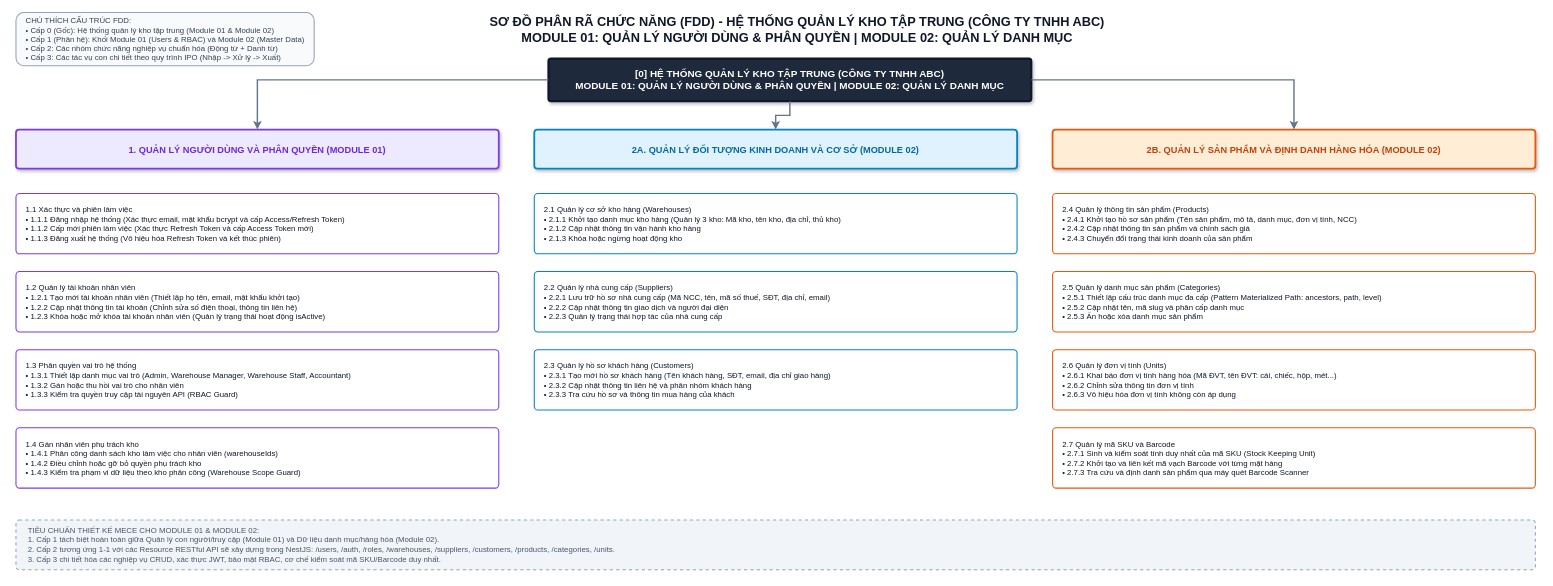
Earlier version of the draw.io diagram drawio/LessonTwo/FDD.drawio (hungnm3112/Project-A). Source tidied: cells renumbered, new cells numbered last; positions are measured from the earlier drawing's top-left corner, leaving out a move shared by most shapes. Both pictures are drawn from the tidied source at 71%, with x=0, y=0 at pixel (16, 12).
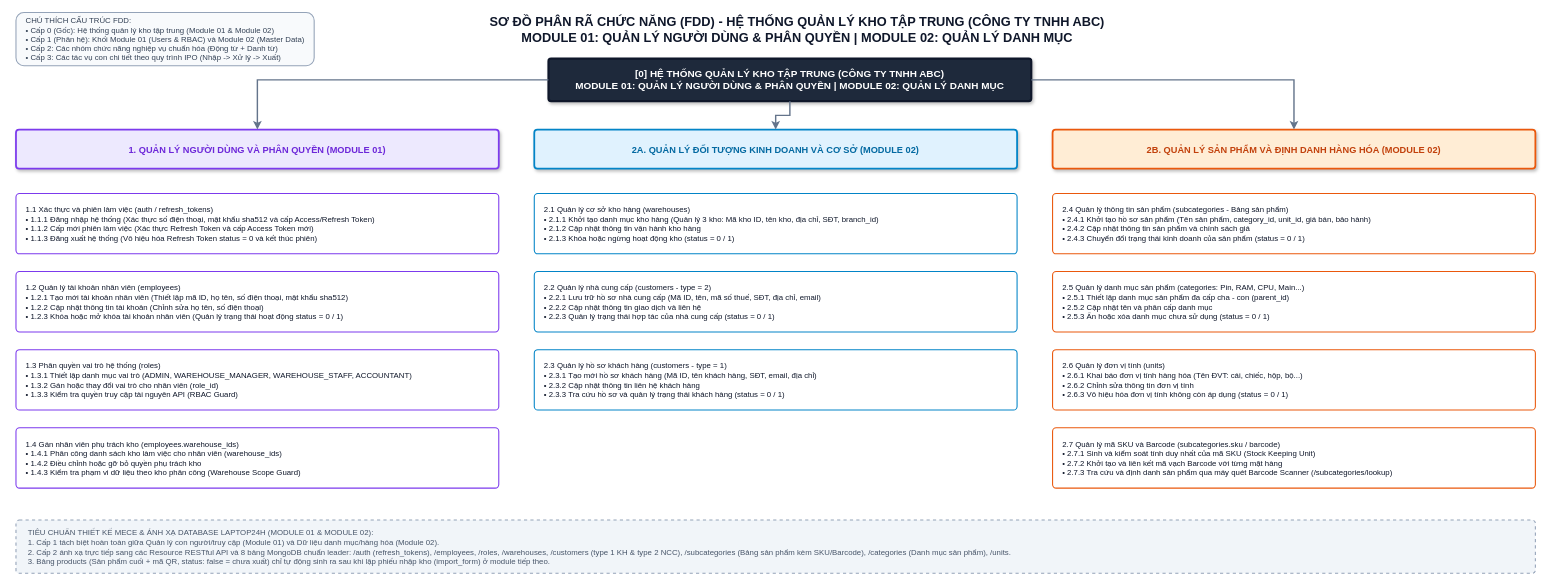
After the change.

Diff of the diagram source:
```diff
@@
-    <mxCell id="11" value="1.1 Xác thực và phiên làm việc&#10;• 1.1.1 Đăng nhập hệ thống (Xác thực email, mật khẩu bcrypt và cấp Access/Refresh Token)&#10;• 1.1.2 Cấp mới phiên làm việc (Xác thực Refresh Token và cấp Access Token mới)&#10;• 1.1.3 Đăng xuất hệ thống (Vô hiệu hóa Refresh Token và kết thúc phiên)" style="rounded=1;whiteSpace=wrap;html=1;arcSize=6;fillColor=#ffffff;strokeColor=#7c3aed;strokeWidth=1.5;align=left;spacingLeft=12;fontSize=11;fontColor=#0f172a;" parent="1" vertex="1">
+    <mxCell id="11" value="1.1 Xác thực và phiên làm việc (auth / refresh_tokens)&#10;• 1.1.1 Đăng nhập hệ thống (Xác thực số điện thoại, mật khẩu sha512 và cấp Access/Refresh Token)&#10;• 1.1.2 Cấp mới phiên làm việc (Xác thực Refresh Token và cấp Access Token mới)&#10;• 1.1.3 Đăng xuất hệ thống (Vô hiệu hóa Refresh Token status = 0 và kết thúc phiên)" style="rounded=1;whiteSpace=wrap;html=1;arcSize=6;fillColor=#ffffff;strokeColor=#7c3aed;strokeWidth=1.5;align=left;spacingLeft=12;fontSize=11;fontColor=#0f172a;" parent="1" vertex="1">
       <mxGeometry y="255" width="680" height="85" as="geometry" />
     </mxCell>
-    <mxCell id="12" value="1.2 Quản lý tài khoản nhân viên&#10;• 1.2.1 Tạo mới tài khoản nhân viên (Thiết lập họ tên, email, mật khẩu khởi tạo)&#10;• 1.2.2 Cập nhật thông tin tài khoản (Chỉnh sửa số điện thoại, thông tin liên hệ)&#10;• 1.2.3 Khóa hoặc mở khóa tài khoản nhân viên (Quản lý trạng thái hoạt động isActive)" style="rounded=1;whiteSpace=wrap;html=1;arcSize=6;fillColor=#ffffff;strokeColor=#7c3aed;strokeWidth=1.5;align=left;spacingLeft=12;fontSize=11;fontColor=#0f172a;" parent="1" vertex="1">
+    <mxCell id="12" value="1.2 Quản lý tài khoản nhân viên (employees)&#10;• 1.2.1 Tạo mới tài khoản nhân viên (Thiết lập mã ID, họ tên, số điện thoại, mật khẩu sha512)&#10;• 1.2.2 Cập nhật thông tin tài khoản (Chỉnh sửa họ tên, số điện thoại)&#10;• 1.2.3 Khóa hoặc mở khóa tài khoản nhân viên (Quản lý trạng thái hoạt động status = 0 / 1)" style="rounded=1;whiteSpace=wrap;html=1;arcSize=6;fillColor=#ffffff;strokeColor=#7c3aed;strokeWidth=1.5;align=left;spacingLeft=12;fontSize=11;fontColor=#0f172a;" parent="1" vertex="1">
       <mxGeometry y="365" width="680" height="85" as="geometry" />
     </mxCell>
-    <mxCell id="13" value="1.3 Phân quyền vai trò hệ thống&#10;• 1.3.1 Thiết lập danh mục vai trò (Admin, Warehouse Manager, Warehouse Staff, Accountant)&#10;• 1.3.2 Gán hoặc thu hồi vai trò cho nhân viên&#10;• 1.3.3 Kiểm tra quyền truy cập tài nguyên API (RBAC Guard)" style="rounded=1;whiteSpace=wrap;html=1;arcSize=6;fillColor=#ffffff;strokeColor=#7c3aed;strokeWidth=1.5;align=left;spacingLeft=12;fontSize=11;fontColor=#0f172a;" parent="1" vertex="1">
+    <mxCell id="13" value="1.3 Phân quyền vai trò hệ thống (roles)&#10;• 1.3.1 Thiết lập danh mục vai trò (ADMIN, WAREHOUSE_MANAGER, WAREHOUSE_STAFF, ACCOUNTANT)&#10;• 1.3.2 Gán hoặc thay đổi vai trò cho nhân viên (role_id)&#10;• 1.3.3 Kiểm tra quyền truy cập tài nguyên API (RBAC Guard)" style="rounded=1;whiteSpace=wrap;html=1;arcSize=6;fillColor=#ffffff;strokeColor=#7c3aed;strokeWidth=1.5;align=left;spacingLeft=12;fontSize=11;fontColor=#0f172a;" parent="1" vertex="1">
       <mxGeometry y="475" width="680" height="85" as="geometry" />
     </mxCell>
-    <mxCell id="14" value="1.4 Gán nhân viên phụ trách kho&#10;• 1.4.1 Phân công danh sách kho làm việc cho nhân viên (warehouseIds)&#10;• 1.4.2 Điều chỉnh hoặc gỡ bỏ quyền phụ trách kho&#10;• 1.4.3 Kiểm tra phạm vi dữ liệu theo kho phân công (Warehouse Scope Guard)" style="rounded=1;whiteSpace=wrap;html=1;arcSize=6;fillColor=#ffffff;strokeColor=#7c3aed;strokeWidth=1.5;align=left;spacingLeft=12;fontSize=11;fontColor=#0f172a;" parent="1" vertex="1">
+    <mxCell id="14" value="1.4 Gán nhân viên phụ trách kho (employees.warehouse_ids)&#10;• 1.4.1 Phân công danh sách kho làm việc cho nhân viên (warehouse_ids)&#10;• 1.4.2 Điều chỉnh hoặc gỡ bỏ quyền phụ trách kho&#10;• 1.4.3 Kiểm tra phạm vi dữ liệu theo kho phân công (Warehouse Scope Guard)" style="rounded=1;whiteSpace=wrap;html=1;arcSize=6;fillColor=#ffffff;strokeColor=#7c3aed;strokeWidth=1.5;align=left;spacingLeft=12;fontSize=11;fontColor=#0f172a;" parent="1" vertex="1">
       <mxGeometry y="585" width="680" height="85" as="geometry" />
     </mxCell>
-    <mxCell id="15" value="2.1 Quản lý cơ sở kho hàng (Warehouses)&#10;• 2.1.1 Khởi tạo danh mục kho hàng (Quản lý 3 kho: Mã kho, tên kho, địa chỉ, thủ kho)&#10;• 2.1.2 Cập nhật thông tin vận hành kho hàng&#10;• 2.1.3 Khóa hoặc ngừng hoạt động kho" style="rounded=1;whiteSpace=wrap;html=1;arcSize=6;fillColor=#ffffff;strokeColor=#0284c7;strokeWidth=1.5;align=left;spacingLeft=12;fontSize=11;fontColor=#0f172a;" parent="1" vertex="1">
+    <mxCell id="15" value="2.1 Quản lý cơ sở kho hàng (warehouses)&#10;• 2.1.1 Khởi tạo danh mục kho hàng (Quản lý 3 kho: Mã kho ID, tên kho, địa chỉ, SĐT, branch_id)&#10;• 2.1.2 Cập nhật thông tin vận hành kho hàng&#10;• 2.1.3 Khóa hoặc ngừng hoạt động kho (status = 0 / 1)" style="rounded=1;whiteSpace=wrap;html=1;arcSize=6;fillColor=#ffffff;strokeColor=#0284c7;strokeWidth=1.5;align=left;spacingLeft=12;fontSize=11;fontColor=#0f172a;" parent="1" vertex="1">
       <mxGeometry x="730" y="255" width="680" height="85" as="geometry" />
     </mxCell>
-    <mxCell id="16" value="2.2 Quản lý nhà cung cấp (Suppliers)&#10;• 2.2.1 Lưu trữ hồ sơ nhà cung cấp (Mã NCC, tên, mã số thuế, SĐT, địa chỉ, email)&#10;• 2.2.2 Cập nhật thông tin giao dịch và người đại diện&#10;• 2.2.3 Quản lý trạng thái hợp tác của nhà cung cấp" style="rounded=1;whiteSpace=wrap;html=1;arcSize=6;fillColor=#ffffff;strokeColor=#0284c7;strokeWidth=1.5;align=left;spacingLeft=12;fontSize=11;fontColor=#0f172a;" parent="1" vertex="1">
+    <mxCell id="16" value="2.2 Quản lý nhà cung cấp (customers - type = 2)&#10;• 2.2.1 Lưu trữ hồ sơ nhà cung cấp (Mã ID, tên, mã số thuế, SĐT, địa chỉ, email)&#10;• 2.2.2 Cập nhật thông tin giao dịch và liên hệ&#10;• 2.2.3 Quản lý trạng thái hợp tác của nhà cung cấp (status = 0 / 1)" style="rounded=1;whiteSpace=wrap;html=1;arcSize=6;fillColor=#ffffff;strokeColor=#0284c7;strokeWidth=1.5;align=left;spacingLeft=12;fontSize=11;fontColor=#0f172a;" parent="1" vertex="1">
       <mxGeometry x="730" y="365" width="680" height="85" as="geometry" />
     </mxCell>
-    <mxCell id="17" value="2.3 Quản lý hồ sơ khách hàng (Customers)&#10;• 2.3.1 Tạo mới hồ sơ khách hàng (Tên khách hàng, SĐT, email, địa chỉ giao hàng)&#10;• 2.3.2 Cập nhật thông tin liên hệ và phân nhóm khách hàng&#10;• 2.3.3 Tra cứu hồ sơ và thông tin mua hàng của khách" style="rounded=1;whiteSpace=wrap;html=1;arcSize=6;fillColor=#ffffff;strokeColor=#0284c7;strokeWidth=1.5;align=left;spacingLeft=12;fontSize=11;fontColor=#0f172a;" parent="1" vertex="1">
+    <mxCell id="17" value="2.3 Quản lý hồ sơ khách hàng (customers - type = 1)&#10;• 2.3.1 Tạo mới hồ sơ khách hàng (Mã ID, tên khách hàng, SĐT, email, địa chỉ)&#10;• 2.3.2 Cập nhật thông tin liên hệ khách hàng&#10;• 2.3.3 Tra cứu hồ sơ và quản lý trạng thái khách hàng (status = 0 / 1)" style="rounded=1;whiteSpace=wrap;html=1;arcSize=6;fillColor=#ffffff;strokeColor=#0284c7;strokeWidth=1.5;align=left;spacingLeft=12;fontSize=11;fontColor=#0f172a;" parent="1" vertex="1">
       <mxGeometry x="730" y="475" width="680" height="85" as="geometry" />
     </mxCell>
-    <mxCell id="18" value="2.4 Quản lý thông tin sản phẩm (Products)&#10;• 2.4.1 Khởi tạo hồ sơ sản phẩm (Tên sản phẩm, mô tả, danh mục, đơn vị tính, NCC)&#10;• 2.4.2 Cập nhật thông tin sản phẩm và chính sách giá&#10;• 2.4.3 Chuyển đổi trạng thái kinh doanh của sản phẩm" style="rounded=1;whiteSpace=wrap;html=1;arcSize=6;fillColor=#ffffff;strokeColor=#ea580c;strokeWidth=1.5;align=left;spacingLeft=12;fontSize=11;fontColor=#0f172a;" parent="1" vertex="1">
+    <mxCell id="18" value="2.4 Quản lý thông tin sản phẩm (subcategories - Bảng sản phẩm)&#10;• 2.4.1 Khởi tạo hồ sơ sản phẩm (Tên sản phẩm, category_id, unit_id, giá bán, bảo hành)&#10;• 2.4.2 Cập nhật thông tin sản phẩm và chính sách giá&#10;• 2.4.3 Chuyển đổi trạng thái kinh doanh của sản phẩm (status = 0 / 1)" style="rounded=1;whiteSpace=wrap;html=1;arcSize=6;fillColor=#ffffff;strokeColor=#ea580c;strokeWidth=1.5;align=left;spacingLeft=12;fontSize=11;fontColor=#0f172a;" parent="1" vertex="1">
       <mxGeometry x="1460" y="255" width="680" height="85" as="geometry" />
     </mxCell>
-    <mxCell id="19" value="2.5 Quản lý danh mục sản phẩm (Categories)&#10;• 2.5.1 Thiết lập cấu trúc danh mục đa cấp (Pattern Materialized Path: ancestors, path, level)&#10;• 2.5.2 Cập nhật tên, mã slug và phân cấp danh mục&#10;• 2.5.3 Ẩn hoặc xóa danh mục sản phẩm" style="rounded=1;whiteSpace=wrap;html=1;arcSize=6;fillColor=#ffffff;strokeColor=#ea580c;strokeWidth=1.5;align=left;spacingLeft=12;fontSize=11;fontColor=#0f172a;" parent="1" vertex="1">
+    <mxCell id="19" value="2.5 Quản lý danh mục sản phẩm (categories: Pin, RAM, CPU, Main...)&#10;• 2.5.1 Thiết lập danh mục sản phẩm đa cấp cha - con (parent_id)&#10;• 2.5.2 Cập nhật tên và phân cấp danh mục&#10;• 2.5.3 Ẩn hoặc xóa danh mục chưa sử dụng (status = 0 / 1)" style="rounded=1;whiteSpace=wrap;html=1;arcSize=6;fillColor=#ffffff;strokeColor=#ea580c;strokeWidth=1.5;align=left;spacingLeft=12;fontSize=11;fontColor=#0f172a;" parent="1" vertex="1">
       <mxGeometry x="1460" y="365" width="680" height="85" as="geometry" />
     </mxCell>
-    <mxCell id="20" value="2.6 Quản lý đơn vị tính (Units)&#10;• 2.6.1 Khai báo đơn vị tính hàng hóa (Mã ĐVT, tên ĐVT: cái, chiếc, hộp, mét...)&#10;• 2.6.2 Chỉnh sửa thông tin đơn vị tính&#10;• 2.6.3 Vô hiệu hóa đơn vị tính không còn áp dụng" style="rounded=1;whiteSpace=wrap;html=1;arcSize=6;fillColor=#ffffff;strokeColor=#ea580c;strokeWidth=1.5;align=left;spacingLeft=12;fontSize=11;fontColor=#0f172a;" parent="1" vertex="1">
+    <mxCell id="20" value="2.6 Quản lý đơn vị tính (units)&#10;• 2.6.1 Khai báo đơn vị tính hàng hóa (Tên ĐVT: cái, chiếc, hộp, bộ...)&#10;• 2.6.2 Chỉnh sửa thông tin đơn vị tính&#10;• 2.6.3 Vô hiệu hóa đơn vị tính không còn áp dụng (status = 0 / 1)" style="rounded=1;whiteSpace=wrap;html=1;arcSize=6;fillColor=#ffffff;strokeColor=#ea580c;strokeWidth=1.5;align=left;spacingLeft=12;fontSize=11;fontColor=#0f172a;" parent="1" vertex="1">
       <mxGeometry x="1460" y="475" width="680" height="85" as="geometry" />
     </mxCell>
-    <mxCell id="21" value="2.7 Quản lý mã SKU và Barcode&#10;• 2.7.1 Sinh và kiểm soát tính duy nhất của mã SKU (Stock Keeping Unit)&#10;• 2.7.2 Khởi tạo và liên kết mã vạch Barcode với từng mặt hàng&#10;• 2.7.3 Tra cứu và định danh sản phẩm qua máy quét Barcode Scanner" style="rounded=1;whiteSpace=wrap;html=1;arcSize=6;fillColor=#ffffff;strokeColor=#ea580c;strokeWidth=1.5;align=left;spacingLeft=12;fontSize=11;fontColor=#0f172a;" parent="1" vertex="1">
+    <mxCell id="21" value="2.7 Quản lý mã SKU và Barcode (subcategories.sku / barcode)&#10;• 2.7.1 Sinh và kiểm soát tính duy nhất của mã SKU (Stock Keeping Unit)&#10;• 2.7.2 Khởi tạo và liên kết mã vạch Barcode với từng mặt hàng&#10;• 2.7.3 Tra cứu và định danh sản phẩm qua máy quét Barcode Scanner (/subcategories/lookup)" style="rounded=1;whiteSpace=wrap;html=1;arcSize=6;fillColor=#ffffff;strokeColor=#ea580c;strokeWidth=1.5;align=left;spacingLeft=12;fontSize=11;fontColor=#0f172a;" parent="1" vertex="1">
       <mxGeometry x="1460" y="585" width="680" height="85" as="geometry" />
     </mxCell>
-    <mxCell id="22" value="TIÊU CHUẨN THIẾT KẾ MECE CHO MODULE 01 &amp; MODULE 02:&#10;1. Cấp 1 tách biệt hoàn toàn giữa Quản lý con người/truy cập (Module 01) và Dữ liệu danh mục/hàng hóa (Module 02).&#10;2. Cấp 2 tương ứng 1-1 với các Resource RESTful API sẽ xây dựng trong NestJS: /users, /auth, /roles, /warehouses, /suppliers, /customers, /products, /categories, /units.&#10;3. Cấp 3 chi tiết hóa các nghiệp vụ CRUD, xác thực JWT, bảo mật RBAC, cơ chế kiểm soát mã SKU/Barcode duy nhất." style="rounded=1;whiteSpace=wrap;html=1;arcSize=6;dashed=1;fillColor=#f1f5f9;strokeColor=#94a3b8;strokeWidth=1.5;fontSize=11;fontColor=#475569;align=left;spacingLeft=15;" parent="1" vertex="1">
-      <mxGeometry y="715" width="2140" height="70" as="geometry" />
+    <mxCell id="22" value="TIÊU CHUẨN THIẾT KẾ MECE &amp; ÁNH XẠ DATABASE LAPTOP24H (MODULE 01 &amp; MODULE 02):&#10;1. Cấp 1 tách biệt hoàn toàn giữa Quản lý con người/truy cập (Module 01) và Dữ liệu danh mục/hàng hóa (Module 02).&#10;2. Cấp 2 ánh xạ trực tiếp sang các Resource RESTful API và 8 bảng MongoDB chuẩn leader: /auth (refresh_tokens), /employees, /roles, /warehouses, /customers (type 1 KH &amp; type 2 NCC), /subcategories (Bảng sản phẩm kèm SKU/Barcode), /categories (Danh mục sản phẩm), /units.&#10;3. Bảng products (Sản phẩm cuối + mã QR, status: false = chưa xuất) chỉ tự động sinh ra sau khi lập phiếu nhập kho (import_form) ở module tiếp theo." style="rounded=1;whiteSpace=wrap;html=1;arcSize=6;dashed=1;fillColor=#f1f5f9;strokeColor=#94a3b8;strokeWidth=1.5;fontSize=11;fontColor=#475569;align=left;spacingLeft=15;" parent="1" vertex="1">
+      <mxGeometry y="715" width="2140" height="75" as="geometry" />
     </mxCell>
```
